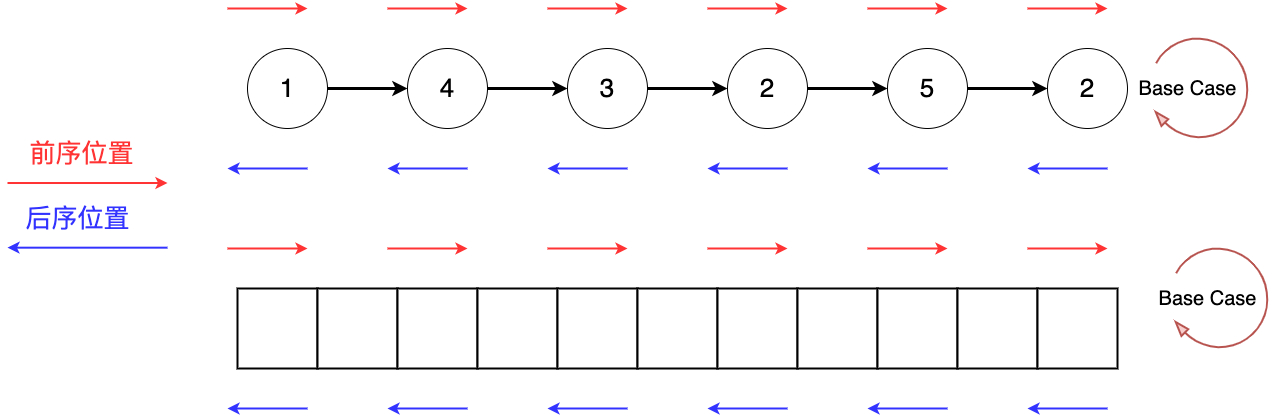
superwjfeng/MarkdownWriting keeps this draw.io diagram as 算法题刷题/链表和数组的前序和后序遍历.drawio.png. Above is the earlier version. Source tidied: cells renumbered, new cells last; positions are measured from the earlier drawing's top-left corner, leaving out a move shared by most shapes. The source it was exported from:
```xml
<mxGraphModel>
  <root>
    <mxCell id="0" />
    <mxCell id="1" parent="0" />
    <mxCell id="2" style="edgeStyle=orthogonalEdgeStyle;rounded=0;jettySize=auto;html=1;strokeWidth=3;" parent="1" edge="1" source="3" target="5">
      <mxGeometry relative="1" as="geometry" />
    </mxCell>
    <mxCell id="3" value="&lt;font style=&quot;font-size: 26px;&quot;&gt;1&lt;/font&gt;" style="ellipse;whiteSpace=wrap;html=1;" parent="1" vertex="1">
      <mxGeometry x="240" y="40" width="80" height="80" as="geometry" />
    </mxCell>
    <mxCell id="4" style="edgeStyle=orthogonalEdgeStyle;rounded=0;jettySize=auto;html=1;strokeWidth=3;" parent="1" edge="1" source="5" target="7">
      <mxGeometry relative="1" as="geometry" />
    </mxCell>
    <mxCell id="5" value="&lt;font style=&quot;font-size: 26px;&quot;&gt;4&lt;/font&gt;" style="ellipse;whiteSpace=wrap;html=1;" parent="1" vertex="1">
      <mxGeometry x="400" y="40" width="80" height="80" as="geometry" />
    </mxCell>
    <mxCell id="6" style="edgeStyle=orthogonalEdgeStyle;rounded=0;jettySize=auto;html=1;strokeWidth=3;" parent="1" edge="1" source="7" target="9">
      <mxGeometry relative="1" as="geometry" />
    </mxCell>
    <mxCell id="7" value="&lt;font style=&quot;font-size: 26px;&quot;&gt;3&lt;/font&gt;" style="ellipse;whiteSpace=wrap;html=1;" parent="1" vertex="1">
      <mxGeometry x="560" y="40" width="80" height="80" as="geometry" />
    </mxCell>
    <mxCell id="8" style="edgeStyle=orthogonalEdgeStyle;rounded=0;jettySize=auto;html=1;strokeWidth=3;" parent="1" edge="1" source="9" target="11">
      <mxGeometry relative="1" as="geometry" />
    </mxCell>
    <mxCell id="9" value="&lt;font style=&quot;font-size: 26px;&quot;&gt;2&lt;/font&gt;" style="ellipse;whiteSpace=wrap;html=1;" parent="1" vertex="1">
      <mxGeometry x="720" y="40" width="80" height="80" as="geometry" />
    </mxCell>
    <mxCell id="10" style="edgeStyle=orthogonalEdgeStyle;rounded=0;jettySize=auto;html=1;strokeWidth=3;" parent="1" edge="1" source="11" target="12">
      <mxGeometry relative="1" as="geometry" />
    </mxCell>
    <mxCell id="11" value="&lt;font style=&quot;font-size: 26px;&quot;&gt;5&lt;/font&gt;" style="ellipse;whiteSpace=wrap;html=1;" parent="1" vertex="1">
      <mxGeometry x="880" y="40" width="80" height="80" as="geometry" />
    </mxCell>
    <mxCell id="12" value="&lt;font style=&quot;font-size: 26px;&quot;&gt;2&lt;/font&gt;" style="ellipse;whiteSpace=wrap;html=1;" parent="1" vertex="1">
      <mxGeometry x="1040" y="40" width="80" height="80" as="geometry" />
    </mxCell>
    <mxCell id="13" style="endArrow=classic;html=1;rounded=0;strokeWidth=2;strokeColor=#FF3333;" parent="1" edge="1">
      <mxGeometry relative="1" as="geometry">
        <mxPoint x="220" as="sourcePoint" />
        <mxPoint x="300" as="targetPoint" />
      </mxGeometry>
    </mxCell>
    <mxCell id="14" style="endArrow=classic;html=1;rounded=0;strokeWidth=2;strokeColor=#FF3333;" parent="1" edge="1">
      <mxGeometry relative="1" as="geometry">
        <mxPoint x="380" as="sourcePoint" />
        <mxPoint x="460" as="targetPoint" />
      </mxGeometry>
    </mxCell>
    <mxCell id="15" style="endArrow=classic;html=1;rounded=0;strokeWidth=2;strokeColor=#FF3333;" parent="1" edge="1">
      <mxGeometry relative="1" as="geometry">
        <mxPoint x="540" as="sourcePoint" />
        <mxPoint x="620" as="targetPoint" />
      </mxGeometry>
    </mxCell>
    <mxCell id="16" style="endArrow=classic;html=1;rounded=0;strokeWidth=2;strokeColor=#FF3333;" parent="1" edge="1">
      <mxGeometry relative="1" as="geometry">
        <mxPoint x="700" as="sourcePoint" />
        <mxPoint x="780" as="targetPoint" />
      </mxGeometry>
    </mxCell>
    <mxCell id="17" style="endArrow=classic;html=1;rounded=0;strokeWidth=2;strokeColor=#FF3333;" parent="1" edge="1">
      <mxGeometry relative="1" as="geometry">
        <mxPoint x="860" as="sourcePoint" />
        <mxPoint x="940" as="targetPoint" />
      </mxGeometry>
    </mxCell>
    <mxCell id="18" style="endArrow=classic;html=1;rounded=0;strokeWidth=2;strokeColor=#FF3333;" parent="1" edge="1">
      <mxGeometry relative="1" as="geometry">
        <mxPoint x="1020" as="sourcePoint" />
        <mxPoint x="1100" as="targetPoint" />
      </mxGeometry>
    </mxCell>
    <mxCell id="19" style="endArrow=classic;html=1;rounded=0;strokeWidth=2;strokeColor=#3333FF;" parent="1" edge="1">
      <mxGeometry relative="1" as="geometry">
        <mxPoint x="300" y="160" as="sourcePoint" />
        <mxPoint x="220" y="160" as="targetPoint" />
      </mxGeometry>
    </mxCell>
    <mxCell id="20" style="endArrow=classic;html=1;rounded=0;strokeWidth=2;strokeColor=#3333FF;" parent="1" edge="1">
      <mxGeometry relative="1" as="geometry">
        <mxPoint x="460" y="160" as="sourcePoint" />
        <mxPoint x="380" y="160" as="targetPoint" />
      </mxGeometry>
    </mxCell>
    <mxCell id="21" style="endArrow=classic;html=1;rounded=0;strokeWidth=2;strokeColor=#3333FF;" parent="1" edge="1">
      <mxGeometry relative="1" as="geometry">
        <mxPoint x="620" y="160" as="sourcePoint" />
        <mxPoint x="540" y="160" as="targetPoint" />
      </mxGeometry>
    </mxCell>
    <mxCell id="22" style="endArrow=classic;html=1;rounded=0;strokeWidth=2;strokeColor=#3333FF;" parent="1" edge="1">
      <mxGeometry relative="1" as="geometry">
        <mxPoint x="780" y="160" as="sourcePoint" />
        <mxPoint x="700" y="160" as="targetPoint" />
      </mxGeometry>
    </mxCell>
    <mxCell id="23" style="endArrow=classic;html=1;rounded=0;strokeWidth=2;strokeColor=#3333FF;" parent="1" edge="1">
      <mxGeometry relative="1" as="geometry">
        <mxPoint x="940" y="160" as="sourcePoint" />
        <mxPoint x="860" y="160" as="targetPoint" />
      </mxGeometry>
    </mxCell>
    <mxCell id="24" style="endArrow=classic;html=1;rounded=0;strokeWidth=2;strokeColor=#3333FF;" parent="1" edge="1">
      <mxGeometry relative="1" as="geometry">
        <mxPoint x="1100" y="160" as="sourcePoint" />
        <mxPoint x="1020" y="160" as="targetPoint" />
      </mxGeometry>
    </mxCell>
    <mxCell id="25" style="verticalLabelPosition=bottom;html=1;verticalAlign=top;strokeWidth=2;shape=mxgraph.lean_mapping.physical_pull;flipH=1;rotation=-30;fillColor=#f8cecc;strokeColor=#b85450;" parent="1" vertex="1">
      <mxGeometry x="1140" y="30" width="100" height="100" as="geometry" />
    </mxCell>
    <mxCell id="26" value="&lt;font style=&quot;font-size: 20px;&quot;&gt;Base Case&lt;/font&gt;" style="text;html=1;align=center;verticalAlign=middle;strokeColor=none;fillColor=none;" parent="1" vertex="1">
      <mxGeometry x="1120" y="60" width="120" height="40" as="geometry" />
    </mxCell>
    <mxCell id="27" style="endArrow=classic;html=1;rounded=0;strokeWidth=2;strokeColor=#FF3333;" parent="1" edge="1">
      <mxGeometry relative="1" as="geometry">
        <mxPoint y="174.5" as="sourcePoint" />
        <mxPoint x="160" y="174.5" as="targetPoint" />
      </mxGeometry>
    </mxCell>
    <mxCell id="28" value="&lt;font color=&quot;#ff3333&quot; style=&quot;font-size: 26px;&quot;&gt;前序位置&lt;/font&gt;" style="edgeLabel;html=1;align=center;verticalAlign=middle;" parent="27" vertex="1">
      <mxGeometry x="0.16" relative="1" as="geometry">
        <mxPoint x="-20" y="-30" as="offset" />
      </mxGeometry>
    </mxCell>
    <mxCell id="29" style="endArrow=classic;html=1;rounded=0;strokeWidth=2;strokeColor=#3333FF;" parent="1" edge="1">
      <mxGeometry relative="1" as="geometry">
        <mxPoint x="160" y="239.2" as="sourcePoint" />
        <mxPoint y="239.2" as="targetPoint" />
      </mxGeometry>
    </mxCell>
    <mxCell id="30" value="&lt;font color=&quot;#3333ff&quot; style=&quot;font-size: 26px;&quot;&gt;后序位置&lt;/font&gt;" style="edgeLabel;html=1;align=center;verticalAlign=middle;" parent="29" vertex="1">
      <mxGeometry x="0.16" relative="1" as="geometry">
        <mxPoint x="3" y="-30" as="offset" />
      </mxGeometry>
    </mxCell>
    <mxCell id="31" style="whiteSpace=wrap;html=1;strokeWidth=2;" parent="1" vertex="1">
      <mxGeometry x="230" y="280" width="80" height="80" as="geometry" />
    </mxCell>
    <mxCell id="32" style="whiteSpace=wrap;html=1;strokeWidth=2;" parent="1" vertex="1">
      <mxGeometry x="310" y="280" width="80" height="80" as="geometry" />
    </mxCell>
    <mxCell id="33" style="whiteSpace=wrap;html=1;strokeWidth=2;" parent="1" vertex="1">
      <mxGeometry x="390" y="280" width="80" height="80" as="geometry" />
    </mxCell>
    <mxCell id="34" style="whiteSpace=wrap;html=1;strokeWidth=2;" parent="1" vertex="1">
      <mxGeometry x="470" y="280" width="80" height="80" as="geometry" />
    </mxCell>
    <mxCell id="35" style="whiteSpace=wrap;html=1;strokeWidth=2;" parent="1" vertex="1">
      <mxGeometry x="550" y="280" width="80" height="80" as="geometry" />
    </mxCell>
    <mxCell id="36" style="whiteSpace=wrap;html=1;strokeWidth=2;" parent="1" vertex="1">
      <mxGeometry x="630" y="280" width="80" height="80" as="geometry" />
    </mxCell>
    <mxCell id="37" style="whiteSpace=wrap;html=1;strokeWidth=2;" parent="1" vertex="1">
      <mxGeometry x="710" y="280" width="80" height="80" as="geometry" />
    </mxCell>
    <mxCell id="38" style="whiteSpace=wrap;html=1;strokeWidth=2;" parent="1" vertex="1">
      <mxGeometry x="790" y="280" width="80" height="80" as="geometry" />
    </mxCell>
    <mxCell id="39" style="whiteSpace=wrap;html=1;strokeWidth=2;" parent="1" vertex="1">
      <mxGeometry x="870" y="280" width="80" height="80" as="geometry" />
    </mxCell>
    <mxCell id="40" style="whiteSpace=wrap;html=1;strokeWidth=2;" parent="1" vertex="1">
      <mxGeometry x="950" y="280" width="80" height="80" as="geometry" />
    </mxCell>
    <mxCell id="41" style="whiteSpace=wrap;html=1;strokeWidth=2;" parent="1" vertex="1">
      <mxGeometry x="1030" y="280" width="80" height="80" as="geometry" />
    </mxCell>
    <mxCell id="42" style="verticalLabelPosition=bottom;html=1;verticalAlign=top;strokeWidth=2;shape=mxgraph.lean_mapping.physical_pull;flipH=1;rotation=-30;fillColor=#f8cecc;strokeColor=#b85450;" parent="1" vertex="1">
      <mxGeometry x="1160" y="240" width="100" height="100" as="geometry" />
    </mxCell>
    <mxCell id="43" value="&lt;font style=&quot;font-size: 20px;&quot;&gt;Base Case&lt;/font&gt;" style="text;html=1;align=center;verticalAlign=middle;strokeColor=none;fillColor=none;" parent="1" vertex="1">
      <mxGeometry x="1140" y="270" width="120" height="40" as="geometry" />
    </mxCell>
    <mxCell id="44" style="endArrow=classic;html=1;rounded=0;strokeWidth=2;strokeColor=#FF3333;" parent="1" edge="1">
      <mxGeometry relative="1" as="geometry">
        <mxPoint x="220" y="240" as="sourcePoint" />
        <mxPoint x="300" y="240" as="targetPoint" />
      </mxGeometry>
    </mxCell>
    <mxCell id="45" style="endArrow=classic;html=1;rounded=0;strokeWidth=2;strokeColor=#FF3333;" parent="1" edge="1">
      <mxGeometry relative="1" as="geometry">
        <mxPoint x="380" y="240" as="sourcePoint" />
        <mxPoint x="460" y="240" as="targetPoint" />
      </mxGeometry>
    </mxCell>
    <mxCell id="46" style="endArrow=classic;html=1;rounded=0;strokeWidth=2;strokeColor=#FF3333;" parent="1" edge="1">
      <mxGeometry relative="1" as="geometry">
        <mxPoint x="540" y="240" as="sourcePoint" />
        <mxPoint x="620" y="240" as="targetPoint" />
      </mxGeometry>
    </mxCell>
    <mxCell id="47" style="endArrow=classic;html=1;rounded=0;strokeWidth=2;strokeColor=#FF3333;" parent="1" edge="1">
      <mxGeometry relative="1" as="geometry">
        <mxPoint x="700" y="240" as="sourcePoint" />
        <mxPoint x="780" y="240" as="targetPoint" />
      </mxGeometry>
    </mxCell>
    <mxCell id="48" style="endArrow=classic;html=1;rounded=0;strokeWidth=2;strokeColor=#FF3333;" parent="1" edge="1">
      <mxGeometry relative="1" as="geometry">
        <mxPoint x="860" y="240" as="sourcePoint" />
        <mxPoint x="940" y="240" as="targetPoint" />
      </mxGeometry>
    </mxCell>
    <mxCell id="49" style="endArrow=classic;html=1;rounded=0;strokeWidth=2;strokeColor=#FF3333;" parent="1" edge="1">
      <mxGeometry relative="1" as="geometry">
        <mxPoint x="1020" y="240" as="sourcePoint" />
        <mxPoint x="1100" y="240" as="targetPoint" />
      </mxGeometry>
    </mxCell>
    <mxCell id="50" style="endArrow=classic;html=1;rounded=0;strokeWidth=2;strokeColor=#3333FF;" parent="1" edge="1">
      <mxGeometry relative="1" as="geometry">
        <mxPoint x="300" y="400" as="sourcePoint" />
        <mxPoint x="220" y="400" as="targetPoint" />
      </mxGeometry>
    </mxCell>
    <mxCell id="51" style="endArrow=classic;html=1;rounded=0;strokeWidth=2;strokeColor=#3333FF;" parent="1" edge="1">
      <mxGeometry relative="1" as="geometry">
        <mxPoint x="460" y="400" as="sourcePoint" />
        <mxPoint x="380" y="400" as="targetPoint" />
      </mxGeometry>
    </mxCell>
    <mxCell id="52" style="endArrow=classic;html=1;rounded=0;strokeWidth=2;strokeColor=#3333FF;" parent="1" edge="1">
      <mxGeometry relative="1" as="geometry">
        <mxPoint x="620" y="400" as="sourcePoint" />
        <mxPoint x="540" y="400" as="targetPoint" />
      </mxGeometry>
    </mxCell>
    <mxCell id="53" style="endArrow=classic;html=1;rounded=0;strokeWidth=2;strokeColor=#3333FF;" parent="1" edge="1">
      <mxGeometry relative="1" as="geometry">
        <mxPoint x="780" y="400" as="sourcePoint" />
        <mxPoint x="700" y="400" as="targetPoint" />
      </mxGeometry>
    </mxCell>
    <mxCell id="54" style="endArrow=classic;html=1;rounded=0;strokeWidth=2;strokeColor=#3333FF;" parent="1" edge="1">
      <mxGeometry relative="1" as="geometry">
        <mxPoint x="940" y="400" as="sourcePoint" />
        <mxPoint x="860" y="400" as="targetPoint" />
      </mxGeometry>
    </mxCell>
    <mxCell id="55" style="endArrow=classic;html=1;rounded=0;strokeWidth=2;strokeColor=#3333FF;" parent="1" edge="1">
      <mxGeometry relative="1" as="geometry">
        <mxPoint x="1100" y="400" as="sourcePoint" />
        <mxPoint x="1020" y="400" as="targetPoint" />
      </mxGeometry>
    </mxCell>
  </root>
</mxGraphModel>
```
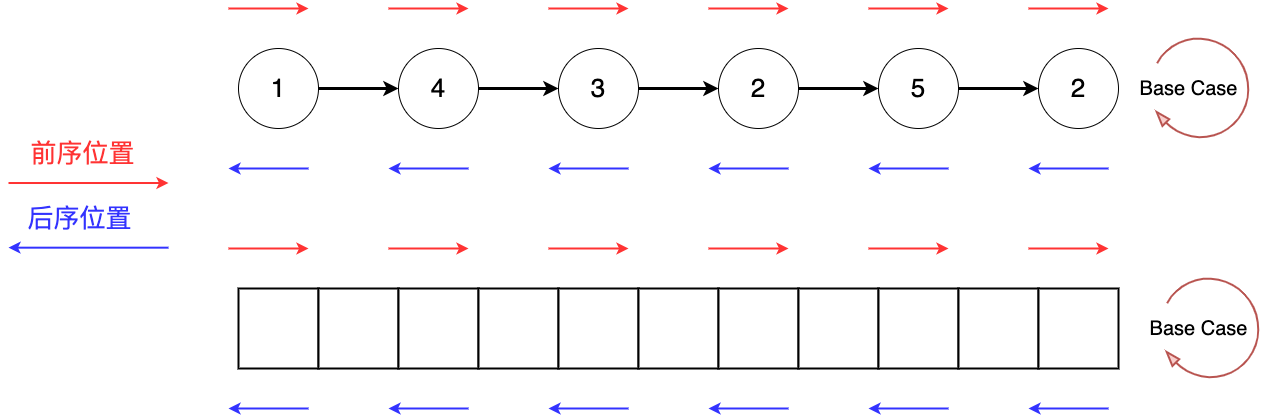
After the change.

Diff of the diagram source:
```diff
@@ -1,4 +1,4 @@
-<mxGraphModel>
+<mxGraphModel background="#ffffff">
   <root>
     <mxCell id="0" />
     <mxCell id="1" parent="0" />
@@ -6,34 +6,34 @@
       <mxGeometry relative="1" as="geometry" />
     </mxCell>
     <mxCell id="3" value="&lt;font style=&quot;font-size: 26px;&quot;&gt;1&lt;/font&gt;" style="ellipse;whiteSpace=wrap;html=1;" parent="1" vertex="1">
-      <mxGeometry x="240" y="40" width="80" height="80" as="geometry" />
+      <mxGeometry x="230" y="40" width="80" height="80" as="geometry" />
     </mxCell>
     <mxCell id="4" style="edgeStyle=orthogonalEdgeStyle;rounded=0;jettySize=auto;html=1;strokeWidth=3;" parent="1" edge="1" source="5" target="7">
       <mxGeometry relative="1" as="geometry" />
     </mxCell>
     <mxCell id="5" value="&lt;font style=&quot;font-size: 26px;&quot;&gt;4&lt;/font&gt;" style="ellipse;whiteSpace=wrap;html=1;" parent="1" vertex="1">
-      <mxGeometry x="400" y="40" width="80" height="80" as="geometry" />
+      <mxGeometry x="390" y="40" width="80" height="80" as="geometry" />
     </mxCell>
     <mxCell id="6" style="edgeStyle=orthogonalEdgeStyle;rounded=0;jettySize=auto;html=1;strokeWidth=3;" parent="1" edge="1" source="7" target="9">
       <mxGeometry relative="1" as="geometry" />
     </mxCell>
     <mxCell id="7" value="&lt;font style=&quot;font-size: 26px;&quot;&gt;3&lt;/font&gt;" style="ellipse;whiteSpace=wrap;html=1;" parent="1" vertex="1">
-      <mxGeometry x="560" y="40" width="80" height="80" as="geometry" />
+      <mxGeometry x="550" y="40" width="80" height="80" as="geometry" />
     </mxCell>
     <mxCell id="8" style="edgeStyle=orthogonalEdgeStyle;rounded=0;jettySize=auto;html=1;strokeWidth=3;" parent="1" edge="1" source="9" target="11">
       <mxGeometry relative="1" as="geometry" />
     </mxCell>
     <mxCell id="9" value="&lt;font style=&quot;font-size: 26px;&quot;&gt;2&lt;/font&gt;" style="ellipse;whiteSpace=wrap;html=1;" parent="1" vertex="1">
-      <mxGeometry x="720" y="40" width="80" height="80" as="geometry" />
+      <mxGeometry x="710" y="40" width="80" height="80" as="geometry" />
     </mxCell>
     <mxCell id="10" style="edgeStyle=orthogonalEdgeStyle;rounded=0;jettySize=auto;html=1;strokeWidth=3;" parent="1" edge="1" source="11" target="12">
       <mxGeometry relative="1" as="geometry" />
     </mxCell>
     <mxCell id="11" value="&lt;font style=&quot;font-size: 26px;&quot;&gt;5&lt;/font&gt;" style="ellipse;whiteSpace=wrap;html=1;" parent="1" vertex="1">
-      <mxGeometry x="880" y="40" width="80" height="80" as="geometry" />
+      <mxGeometry x="870" y="40" width="80" height="80" as="geometry" />
     </mxCell>
     <mxCell id="12" value="&lt;font style=&quot;font-size: 26px;&quot;&gt;2&lt;/font&gt;" style="ellipse;whiteSpace=wrap;html=1;" parent="1" vertex="1">
-      <mxGeometry x="1040" y="40" width="80" height="80" as="geometry" />
+      <mxGeometry x="1030" y="40" width="80" height="80" as="geometry" />
     </mxCell>
     <mxCell id="13" style="endArrow=classic;html=1;rounded=0;strokeWidth=2;strokeColor=#FF3333;" parent="1" edge="1">
       <mxGeometry relative="1" as="geometry">
@@ -169,10 +169,10 @@
       <mxGeometry x="1030" y="280" width="80" height="80" as="geometry" />
     </mxCell>
     <mxCell id="42" style="verticalLabelPosition=bottom;html=1;verticalAlign=top;strokeWidth=2;shape=mxgraph.lean_mapping.physical_pull;flipH=1;rotation=-30;fillColor=#f8cecc;strokeColor=#b85450;" parent="1" vertex="1">
-      <mxGeometry x="1160" y="240" width="100" height="100" as="geometry" />
+      <mxGeometry x="1150" y="270" width="100" height="100" as="geometry" />
     </mxCell>
     <mxCell id="43" value="&lt;font style=&quot;font-size: 20px;&quot;&gt;Base Case&lt;/font&gt;" style="text;html=1;align=center;verticalAlign=middle;strokeColor=none;fillColor=none;" parent="1" vertex="1">
-      <mxGeometry x="1140" y="270" width="120" height="40" as="geometry" />
+      <mxGeometry x="1130" y="300" width="120" height="40" as="geometry" />
     </mxCell>
     <mxCell id="44" style="endArrow=classic;html=1;rounded=0;strokeWidth=2;strokeColor=#FF3333;" parent="1" edge="1">
       <mxGeometry relative="1" as="geometry">
```
